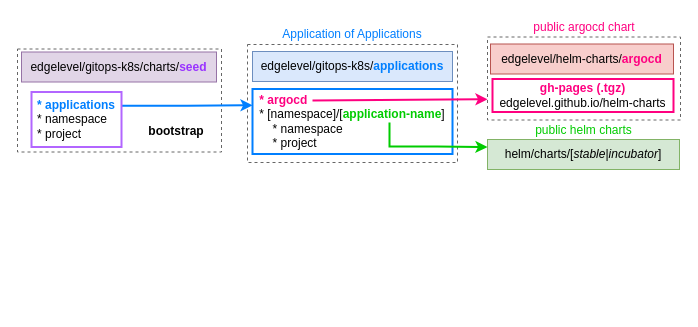
The draw.io diagram page "charts" (3 of 3) of docs/img/gitops-k8s.drawio in edgelevel/gitops-k8s, before the edit. Source tidied: cells renumbered, new cells numbered last; positions are measured from the earlier drawing's top-left corner, leaving out a move shared by most shapes. Both pictures are drawn from the tidied source at 100%, with x=0, y=0 at pixel (17, 16).
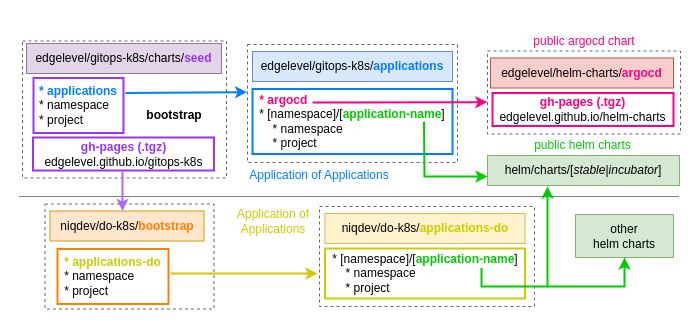
Above is the later version.

Unchanged cells that the change refers to:
```xml
<mxCell id="3" style="rounded=0;whiteSpace=wrap;html=1;dashed=1;strokeColor=#666666;strokeWidth=1;fillColor=none;" parent="1" vertex="1">
  <mxGeometry x="230" y="28" width="210" height="118" as="geometry" />
</mxCell>
<mxCell id="10" value="&lt;div style=&quot;text-align: left&quot;&gt;&lt;font color=&quot;#ff0080&quot;&gt;&lt;b&gt;&lt;span&gt;* argocd&lt;/span&gt;&lt;/b&gt;&lt;/font&gt;&lt;/div&gt;&lt;div style=&quot;text-align: left&quot;&gt;* [namespace]/[&lt;font color=&quot;#00cc00&quot;&gt;&lt;b&gt;application-name&lt;/b&gt;&lt;/font&gt;]&lt;/div&gt;&lt;div style=&quot;text-align: left&quot;&gt;&lt;span&gt;&amp;nbsp; &amp;nbsp; * namespace&lt;/span&gt;&lt;/div&gt;&lt;div style=&quot;text-align: left&quot;&gt;&lt;span&gt;&amp;nbsp; &amp;nbsp; * project&lt;/span&gt;&lt;/div&gt;" style="text;html=1;strokeColor=#007FFF;fillColor=none;align=center;verticalAlign=middle;whiteSpace=wrap;rounded=0;strokeWidth=2;" parent="1" vertex="1">
  <mxGeometry x="235" y="72.5" width="200" height="65" as="geometry" />
</mxCell>
```

Change to the diagram source:
```diff
@@
     <mxCell id="2" style="rounded=0;whiteSpace=wrap;html=1;dashed=1;strokeColor=#666666;strokeWidth=1;fillColor=none;" parent="1" vertex="1">
-      <mxGeometry x="470" y="20.5" width="193" height="83" as="geometry" />
+      <mxGeometry x="470" y="34.5" width="193" height="83" as="geometry" />
     </mxCell>
@@
     <mxCell id="4" style="rounded=0;whiteSpace=wrap;html=1;strokeColor=#666666;strokeWidth=1;fillColor=none;dashed=1;" parent="1" vertex="1">
-      <mxGeometry y="32.5" width="204" height="103" as="geometry" />
+      <mxGeometry x="5" y="24.5" width="204" height="137" as="geometry" />
     </mxCell>
     <mxCell id="5" value="edgelevel/helm-charts/&lt;font color=&quot;#ff0080&quot;&gt;&lt;b&gt;argocd&lt;/b&gt;&lt;/font&gt;" style="rounded=0;whiteSpace=wrap;html=1;fillColor=#f8cecc;strokeColor=#b85450;" parent="1" vertex="1">
-      <mxGeometry x="473" y="27.5" width="183" height="30" as="geometry" />
+      <mxGeometry x="473" y="41.5" width="183" height="30" as="geometry" />
     </mxCell>
@@
     <mxCell id="7" value="edgelevel/gitops-k8s/charts/&lt;b&gt;&lt;font color=&quot;#9933ff&quot;&gt;seed&lt;/font&gt;&lt;/b&gt;" style="rounded=0;whiteSpace=wrap;html=1;fillColor=#e1d5e7;strokeColor=#9673a6;" parent="1" vertex="1">
-      <mxGeometry x="4" y="35.5" width="195" height="30" as="geometry" />
+      <mxGeometry x="9" y="27" width="195" height="30" as="geometry" />
     </mxCell>
-    <mxCell id="8" style="edgeStyle=orthogonalEdgeStyle;rounded=0;jumpSize=2;jettySize=auto;html=1;exitX=1;exitY=0.25;exitDx=0;exitDy=0;entryX=0;entryY=0.25;entryDx=0;entryDy=0;strokeColor=#007FFF;strokeWidth=2;" parent="1" edge="1" source="9" target="10">
-      <mxGeometry relative="1" as="geometry" />
-    </mxCell>
-    <mxCell id="9" value="&lt;div style=&quot;text-align: left&quot;&gt;&lt;b style=&quot;color: rgb(0 , 127 , 255)&quot;&gt;* applications&lt;/b&gt;&lt;br&gt;&lt;/div&gt;&lt;div style=&quot;text-align: left&quot;&gt;&lt;span&gt;* namespace&lt;/span&gt;&lt;/div&gt;&lt;div style=&quot;text-align: left&quot;&gt;&lt;span&gt;* project&lt;/span&gt;&lt;/div&gt;" style="text;html=1;strokeColor=#B266FF;fillColor=none;align=center;verticalAlign=middle;whiteSpace=wrap;rounded=0;strokeWidth=2;" parent="1" vertex="1">
-      <mxGeometry x="14" y="75.5" width="90" height="55" as="geometry" />
+    <mxCell id="9" value="&lt;div style=&quot;text-align: left&quot;&gt;&lt;b style=&quot;color: rgb(0 , 127 , 255)&quot;&gt;* applications&lt;/b&gt;&lt;br&gt;&lt;/div&gt;&lt;div style=&quot;text-align: left&quot;&gt;&lt;span&gt;* namespace&lt;/span&gt;&lt;/div&gt;&lt;div style=&quot;text-align: left&quot;&gt;&lt;span&gt;* project&lt;/span&gt;&lt;/div&gt;" style="text;html=1;strokeColor=#9933FF;fillColor=none;align=center;verticalAlign=middle;whiteSpace=wrap;rounded=0;strokeWidth=2;" parent="1" vertex="1">
+      <mxGeometry x="16" y="61.5" width="90" height="55" as="geometry" />
     </mxCell>
@@
     <mxCell id="11" value="helm/charts/[&lt;i&gt;stable&lt;/i&gt;|&lt;i&gt;incubator&lt;/i&gt;]" style="rounded=0;whiteSpace=wrap;html=1;fillColor=#d5e8d4;strokeColor=#82b366;" parent="1" vertex="1">
-      <mxGeometry x="470" y="123" width="192" height="30" as="geometry" />
+      <mxGeometry x="470" y="139" width="192" height="30" as="geometry" />
     </mxCell>
     <mxCell id="12" value="&lt;span&gt;&lt;font color=&quot;#ff0080&quot;&gt;&lt;b&gt;gh-pages (.tgz)&lt;br&gt;&lt;/b&gt;&lt;/font&gt;edgelevel.github.io/helm-charts&lt;/span&gt;" style="rounded=0;whiteSpace=wrap;html=1;strokeColor=#FF0080;strokeWidth=2;" parent="1" vertex="1">
-      <mxGeometry x="475" y="62.5" width="181" height="33" as="geometry" />
+      <mxGeometry x="475" y="76.5" width="181" height="33" as="geometry" />
     </mxCell>
     <mxCell id="13" value="&lt;font color=&quot;#007fff&quot;&gt;Application of Applications&lt;/font&gt;" style="text;html=1;strokeColor=none;fillColor=none;align=center;verticalAlign=middle;whiteSpace=wrap;rounded=0;" parent="1" vertex="1">
-      <mxGeometry x="250" y="7.5" width="170" height="20" as="geometry" />
+      <mxGeometry x="217" y="149" width="170" height="20" as="geometry" />
     </mxCell>
     <mxCell id="14" value="&lt;font color=&quot;#00cc00&quot;&gt;public helm charts&lt;/font&gt;" style="text;html=1;strokeColor=none;fillColor=none;align=center;verticalAlign=middle;whiteSpace=wrap;rounded=0;" parent="1" vertex="1">
-      <mxGeometry x="514" y="103.5" width="105" height="20" as="geometry" />
+      <mxGeometry x="513" y="119" width="105" height="20" as="geometry" />
     </mxCell>
     <mxCell id="15" value="&lt;font color=&quot;#ff0080&quot;&gt;public argocd chart&lt;/font&gt;" style="text;html=1;strokeColor=none;fillColor=none;align=center;verticalAlign=middle;whiteSpace=wrap;rounded=0;" parent="1" vertex="1">
-      <mxGeometry x="506.5" y="0.5" width="120" height="20" as="geometry" />
+      <mxGeometry x="506.5" y="14.5" width="120" height="20" as="geometry" />
     </mxCell>
     <mxCell id="16" value="&lt;b&gt;bootstrap&lt;/b&gt;" style="text;html=1;strokeColor=none;fillColor=none;align=center;verticalAlign=middle;whiteSpace=wrap;rounded=0;dashed=1;" parent="1" vertex="1">
-      <mxGeometry x="119" y="105" width="80" height="20" as="geometry" />
+      <mxGeometry x="116.5" y="89" width="80" height="20" as="geometry" />
     </mxCell>
-    <mxCell id="17" style="endArrow=classic;html=1;strokeColor=#FF0080;strokeWidth=2;entryX=0;entryY=0.75;entryDx=0;entryDy=0;" parent="1" edge="1" target="2">
+    <mxCell id="17" style="endArrow=classic;html=1;strokeColor=#FF0080;strokeWidth=2;entryX=-0.001;entryY=0.616;entryDx=0;entryDy=0;entryPerimeter=0;" parent="1" edge="1" target="2">
       <mxGeometry relative="1" as="geometry">
-        <mxPoint x="295" y="84" as="sourcePoint" />
+        <mxPoint x="295" y="86" as="sourcePoint" />
       </mxGeometry>
     </mxCell>
-    <mxCell id="18" style="endArrow=classic;html=1;strokeColor=#00CC00;strokeWidth=2;rounded=0;entryX=0;entryY=0.25;entryDx=0;entryDy=0;" parent="1" edge="1" target="11">
-      <mxGeometry relative="1" as="geometry">
-        <mxPoint x="372" y="106" as="sourcePoint" />
-        <Array as="points">
-          <mxPoint x="372" y="130" />
-          <mxPoint x="420" y="130" />
-        </Array>
-      </mxGeometry>
-    </mxCell>
+    <mxCell id="19" value="&lt;span&gt;&lt;b&gt;&lt;font color=&quot;#9933ff&quot;&gt;gh-pages (.tgz)&lt;br&gt;&lt;/font&gt;&lt;/b&gt;&lt;/span&gt;&lt;span&gt;edgelevel.github.io/gitops-k8s&lt;/span&gt;&lt;span&gt;&lt;br&gt;&lt;/span&gt;" style="rounded=0;whiteSpace=wrap;html=1;strokeColor=#9933FF;strokeWidth=2;" parent="1" vertex="1">
+      <mxGeometry x="15.5" y="121" width="181" height="33" as="geometry" />
+    </mxCell>
+    <mxCell id="20" style="endArrow=none;dashed=1;html=1;strokeColor=#000000;strokeWidth=1;dashPattern=1 1;" parent="1" edge="1">
+      <mxGeometry relative="1" as="geometry">
+        <mxPoint x="2" y="180" as="sourcePoint" />
+        <mxPoint x="662" y="180" as="targetPoint" />
+      </mxGeometry>
+    </mxCell>
+    <mxCell id="21" style="rounded=0;whiteSpace=wrap;html=1;dashed=1;strokeColor=#666666;strokeWidth=1;fillColor=none;" parent="1" vertex="1">
+      <mxGeometry x="27.5" y="187.5" width="169" height="105" as="geometry" />
+    </mxCell>
+    <mxCell id="22" value="niqdev/do-k8s/&lt;b&gt;&lt;font color=&quot;#ff8000&quot;&gt;bootstrap&lt;/font&gt;&lt;/b&gt;&lt;br&gt;" style="rounded=0;whiteSpace=wrap;html=1;fillColor=#ffe6cc;strokeColor=#d79b00;" parent="1" vertex="1">
+      <mxGeometry x="32.5" y="194.5" width="154" height="30" as="geometry" />
+    </mxCell>
+    <mxCell id="23" value="&lt;div style=&quot;text-align: left&quot;&gt;&lt;div style=&quot;text-align: left&quot;&gt;&lt;font color=&quot;#cccc00&quot;&gt;&lt;b&gt;* applications-do&lt;/b&gt;&lt;br&gt;&lt;/font&gt;&lt;/div&gt;&lt;div style=&quot;text-align: left&quot;&gt;* namespace&lt;/div&gt;&lt;div style=&quot;text-align: left&quot;&gt;* project&lt;/div&gt;&lt;/div&gt;" style="text;html=1;strokeColor=#FF8000;fillColor=none;align=center;verticalAlign=middle;whiteSpace=wrap;rounded=0;strokeWidth=2;" parent="1" vertex="1">
+      <mxGeometry x="40" y="232.5" width="111" height="55" as="geometry" />
+    </mxCell>
+    <mxCell id="24" style="endArrow=classic;html=1;strokeColor=#007FFF;strokeWidth=2;entryX=-0.002;entryY=0.404;entryDx=0;entryDy=0;entryPerimeter=0;" parent="1" edge="1" target="3">
+      <mxGeometry relative="1" as="geometry">
+        <mxPoint x="108" y="76.5" as="sourcePoint" />
+      </mxGeometry>
+    </mxCell>
+    <mxCell id="25" style="rounded=0;whiteSpace=wrap;html=1;dashed=1;strokeColor=#666666;strokeWidth=1;fillColor=none;" parent="1" vertex="1">
+      <mxGeometry x="302" y="190" width="215" height="100" as="geometry" />
+    </mxCell>
+    <mxCell id="26" value="niqdev/do-k8s/&lt;b&gt;&lt;font color=&quot;#cccc00&quot;&gt;applications-do&lt;/font&gt;&lt;/b&gt;" style="rounded=0;whiteSpace=wrap;html=1;fillColor=#fff2cc;strokeColor=#d6b656;" parent="1" vertex="1">
+      <mxGeometry x="307.5" y="197" width="200" height="30" as="geometry" />
+    </mxCell>
+    <mxCell id="27" value="&lt;div style=&quot;text-align: left&quot;&gt;&lt;span&gt;* [namespace]/[&lt;/span&gt;&lt;font color=&quot;#00cc00&quot;&gt;&lt;b&gt;application-name&lt;/b&gt;&lt;/font&gt;&lt;span&gt;]&lt;/span&gt;&lt;br&gt;&lt;/div&gt;&lt;div style=&quot;text-align: left&quot;&gt;&lt;span&gt;&amp;nbsp; &amp;nbsp; * namespace&lt;/span&gt;&lt;/div&gt;&lt;div style=&quot;text-align: left&quot;&gt;&lt;span&gt;&amp;nbsp; &amp;nbsp; * project&lt;/span&gt;&lt;/div&gt;" style="text;html=1;strokeColor=#CCCC00;fillColor=none;align=center;verticalAlign=middle;whiteSpace=wrap;rounded=0;strokeWidth=2;" parent="1" vertex="1">
+      <mxGeometry x="307.5" y="232" width="200" height="50" as="geometry" />
+    </mxCell>
+    <mxCell id="28" value="&lt;font color=&quot;#cccc00&quot;&gt;Application of Applications&lt;/font&gt;" style="text;html=1;strokeColor=none;fillColor=none;align=center;verticalAlign=middle;whiteSpace=wrap;rounded=0;" parent="1" vertex="1">
+      <mxGeometry x="211" y="190" width="90" height="30" as="geometry" />
+    </mxCell>
+    <mxCell id="29" style="endArrow=classic;html=1;strokeColor=#00CC00;strokeWidth=2;rounded=0;" parent="1" edge="1">
+      <mxGeometry relative="1" as="geometry">
+        <mxPoint x="464" y="251.5" as="sourcePoint" />
+        <mxPoint x="530" y="170" as="targetPoint" />
+        <Array as="points">
+          <mxPoint x="464" y="270" />
+          <mxPoint x="530" y="270" />
+          <mxPoint x="530" y="220" />
+        </Array>
+      </mxGeometry>
+    </mxCell>
+    <mxCell id="30" style="endArrow=classic;html=1;strokeColor=#CCCC00;strokeWidth=2;fontColor=#FF8000;" parent="1" edge="1">
+      <mxGeometry relative="1" as="geometry">
+        <mxPoint x="153" y="257" as="sourcePoint" />
+        <mxPoint x="300" y="257" as="targetPoint" />
+      </mxGeometry>
+    </mxCell>
+    <mxCell id="31" value="other&lt;br&gt;helm charts" style="rounded=0;whiteSpace=wrap;html=1;fillColor=#d5e8d4;strokeColor=#82b366;" parent="1" vertex="1">
+      <mxGeometry x="558" y="198" width="98" height="43" as="geometry" />
+    </mxCell>
+    <mxCell id="32" style="endArrow=classic;html=1;strokeColor=#00CC00;strokeWidth=2;fontColor=#FF8000;entryX=0.5;entryY=1;entryDx=0;entryDy=0;rounded=0;" parent="1" edge="1" target="31">
+      <mxGeometry relative="1" as="geometry">
+        <mxPoint x="530" y="270" as="sourcePoint" />
+        <Array as="points">
+          <mxPoint x="607" y="270" />
+        </Array>
+      </mxGeometry>
+    </mxCell>
+    <mxCell id="33" style="endArrow=classic;html=1;strokeColor=#00CC00;strokeWidth=2;fontColor=#FF8000;rounded=0;" parent="1" edge="1">
+      <mxGeometry relative="1" as="geometry">
+        <mxPoint x="406.5" y="105" as="sourcePoint" />
+        <mxPoint x="470" y="160" as="targetPoint" />
+        <Array as="points">
+          <mxPoint x="407" y="160" />
+        </Array>
+      </mxGeometry>
+    </mxCell>
+    <mxCell id="34" style="endArrow=classic;html=1;strokeColor=#B266FF;strokeWidth=2;fontColor=#FF8000;" parent="1" edge="1">
+      <mxGeometry relative="1" as="geometry">
+        <mxPoint x="105" y="154.5" as="sourcePoint" />
+        <mxPoint x="105" y="194.5" as="targetPoint" />
+      </mxGeometry>
+    </mxCell>
```
